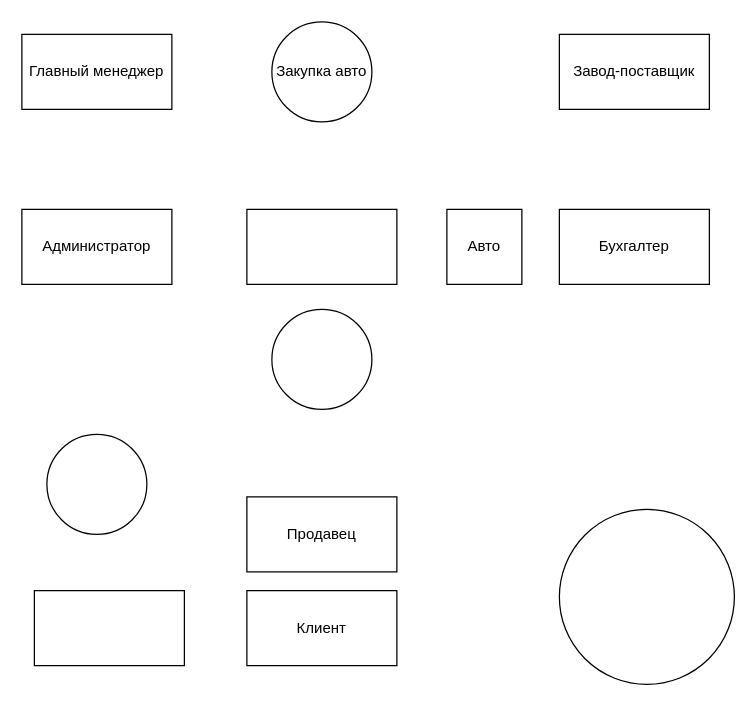
Earlier version of the draw.io diagram Диаграмма без названия.drawio (Egoist4256/test-repo). Source tidied: cells renumbered, new cells numbered last; positions are measured from the earlier drawing's top-left corner, leaving out a move shared by most shapes. Both pictures are drawn from the tidied source at 125%, with x=0, y=0 at pixel (21, 21).
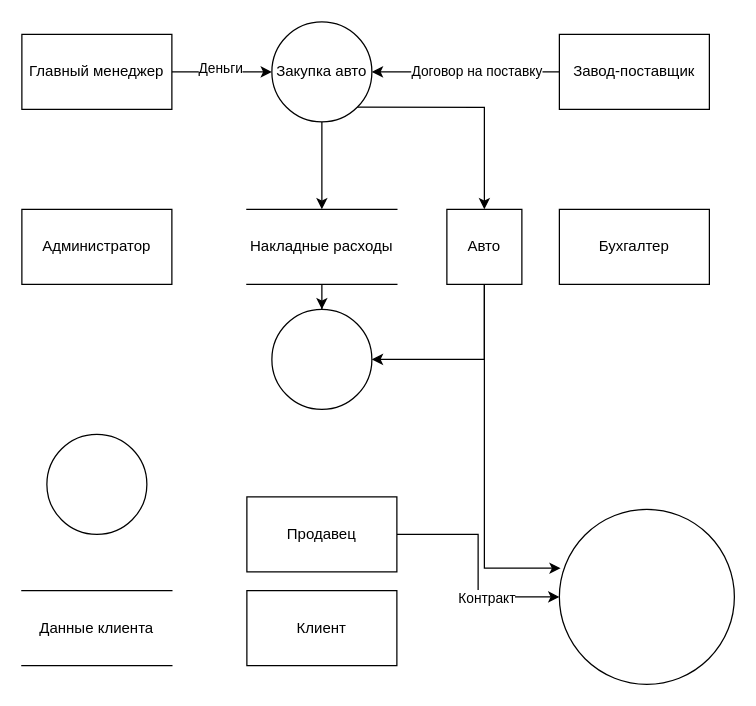
The same diagram, later.

The change refers to these unchanged cells:
```xml
<mxCell id="2" value="Главный менеджер" style="rounded=0;whiteSpace=wrap;html=1;" parent="1" vertex="1">
  <mxGeometry y="10" width="120" height="60" as="geometry" />
</mxCell>
<mxCell id="3" style="ellipse;whiteSpace=wrap;html=1;" parent="1" vertex="1">
  <mxGeometry x="200" y="230" width="80" height="80" as="geometry" />
</mxCell>
<mxCell id="4" value="Закупка авто" style="ellipse;whiteSpace=wrap;html=1;" parent="1" vertex="1">
  <mxGeometry x="200" width="80" height="80" as="geometry" />
</mxCell>
<mxCell id="6" style="ellipse;whiteSpace=wrap;html=1;" parent="1" vertex="1">
  <mxGeometry x="430" y="390" width="140" height="140" as="geometry" />
</mxCell>
<mxCell id="9" value="Авто" style="rounded=0;whiteSpace=wrap;html=1;" parent="1" vertex="1">
  <mxGeometry x="340" y="150" width="60" height="60" as="geometry" />
</mxCell>
<mxCell id="10" value="Завод-поставщик" style="rounded=0;whiteSpace=wrap;html=1;" parent="1" vertex="1">
  <mxGeometry x="430" y="10" width="120" height="60" as="geometry" />
</mxCell>
<mxCell id="12" value="Продавец" style="rounded=0;whiteSpace=wrap;html=1;" parent="1" vertex="1">
  <mxGeometry x="180" y="380" width="120" height="60" as="geometry" />
</mxCell>
```

The edit, as a diff of the source:
```diff
@@
+    <mxCell id="15" style="edgeStyle=orthogonalEdgeStyle;rounded=0;jettySize=auto;html=1;" parent="1" edge="1" source="2" target="4">
+      <mxGeometry relative="1" as="geometry" />
+    </mxCell>
+    <mxCell id="16" value="Деньги" style="edgeLabel;html=1;align=center;verticalAlign=middle;" parent="15" vertex="1">
+      <mxGeometry x="-0.05" y="4" relative="1" as="geometry" />
+    </mxCell>
@@
+    <mxCell id="17" style="edgeStyle=orthogonalEdgeStyle;rounded=0;jettySize=auto;html=1;" parent="1" edge="1" source="4" target="25">
+      <mxGeometry relative="1" as="geometry" />
+    </mxCell>
+    <mxCell id="18" style="edgeStyle=orthogonalEdgeStyle;rounded=0;jettySize=auto;html=1;exitX=1;exitY=1;exitDx=0;exitDy=0;entryX=0.5;entryY=0;entryDx=0;entryDy=0;" parent="1" edge="1" source="4" target="9">
+      <mxGeometry relative="1" as="geometry" />
+    </mxCell>
@@
+    <mxCell id="19" style="edgeStyle=orthogonalEdgeStyle;rounded=0;jettySize=auto;html=1;exitX=0.5;exitY=1;exitDx=0;exitDy=0;entryX=1;entryY=0.5;entryDx=0;entryDy=0;" parent="1" edge="1" source="9" target="3">
+      <mxGeometry relative="1" as="geometry" />
+    </mxCell>
@@
+    <mxCell id="20" style="edgeStyle=orthogonalEdgeStyle;rounded=0;jettySize=auto;html=1;entryX=1;entryY=0.5;entryDx=0;entryDy=0;" parent="1" edge="1" source="10" target="4">
+      <mxGeometry relative="1" as="geometry" />
+    </mxCell>
+    <mxCell id="21" value="Договор на поставку" style="edgeLabel;html=1;align=center;verticalAlign=middle;" parent="20" vertex="1">
+      <mxGeometry x="-0.11" y="-1" relative="1" as="geometry" />
+    </mxCell>
@@
+    <mxCell id="22" style="edgeStyle=orthogonalEdgeStyle;rounded=0;jettySize=auto;html=1;entryX=0;entryY=0.5;entryDx=0;entryDy=0;" parent="1" edge="1" source="12" target="6">
+      <mxGeometry relative="1" as="geometry" />
+    </mxCell>
+    <mxCell id="23" value="Контракт" style="edgeLabel;html=1;align=center;verticalAlign=middle;" parent="22" vertex="1">
+      <mxGeometry x="0.34" relative="1" as="geometry" />
+    </mxCell>
@@
-    <mxCell id="13" style="rounded=0;whiteSpace=wrap;html=1;perimeterSpacing=0;" parent="1" vertex="1">
-      <mxGeometry x="10" y="455" width="120" height="60" as="geometry" />
-    </mxCell>
-    <mxCell id="14" style="rounded=0;whiteSpace=wrap;html=1;" parent="1" vertex="1">
-      <mxGeometry x="180" y="150" width="120" height="60" as="geometry" />
-    </mxCell>
+    <mxCell id="24" style="edgeStyle=orthogonalEdgeStyle;rounded=0;jettySize=auto;html=1;" parent="1" edge="1" source="25" target="3">
+      <mxGeometry relative="1" as="geometry" />
+    </mxCell>
+    <mxCell id="25" value="&lt;div&gt;Накладные расходы&lt;/div&gt;" style="shape=partialRectangle;whiteSpace=wrap;html=1;left=0;right=0;fillColor=none;" parent="1" vertex="1">
+      <mxGeometry x="180" y="150" width="120" height="60" as="geometry" />
+    </mxCell>
+    <mxCell id="26" value="&lt;div&gt;Данные клиента&lt;br&gt;&lt;/div&gt;" style="shape=partialRectangle;whiteSpace=wrap;html=1;left=0;right=0;fillColor=none;" parent="1" vertex="1">
+      <mxGeometry y="455" width="120" height="60" as="geometry" />
+    </mxCell>
+    <mxCell id="27" style="edgeStyle=orthogonalEdgeStyle;rounded=0;jettySize=auto;html=1;exitX=0.5;exitY=1;exitDx=0;exitDy=0;entryX=0.007;entryY=0.336;entryDx=0;entryDy=0;entryPerimeter=0;" parent="1" edge="1" source="9" target="6">
+      <mxGeometry relative="1" as="geometry" />
+    </mxCell>
```
